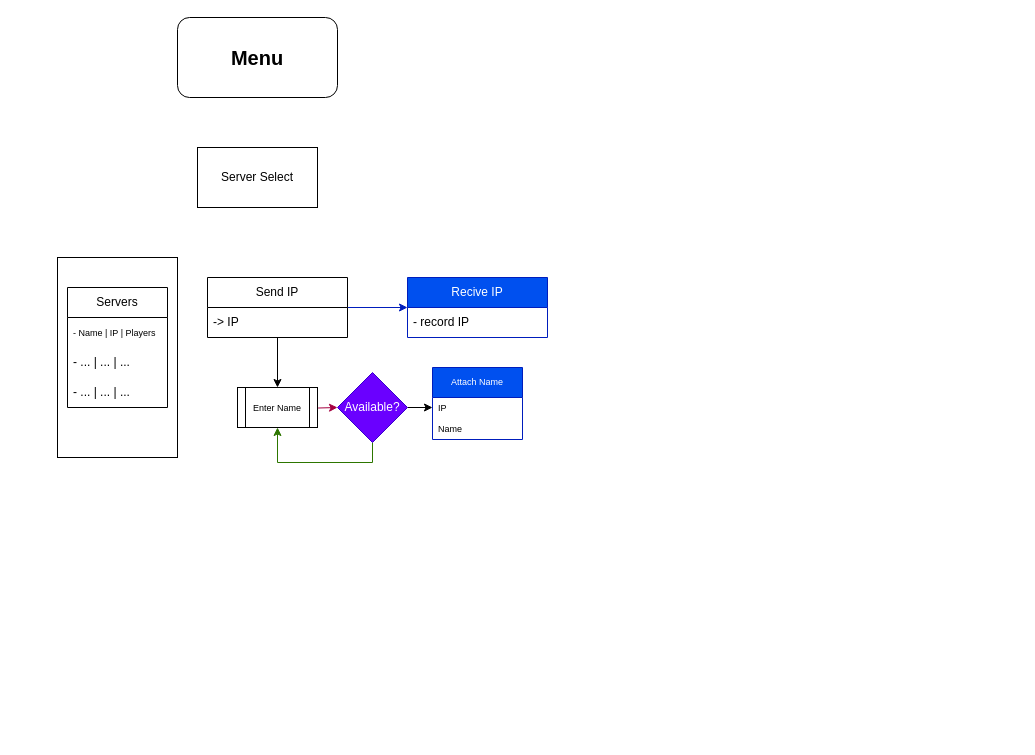
Earlier version of the draw.io diagram LogicDiagrams/MenuLogic.drawio (bojandam/LANPartyMafia). Source tidied: cells renumbered, new cells numbered last; positions are measured from the earlier drawing's top-left corner, leaving out a move shared by most shapes. Both pictures are drawn from the tidied source at 100%, with x=0, y=0 at pixel (57, 17).
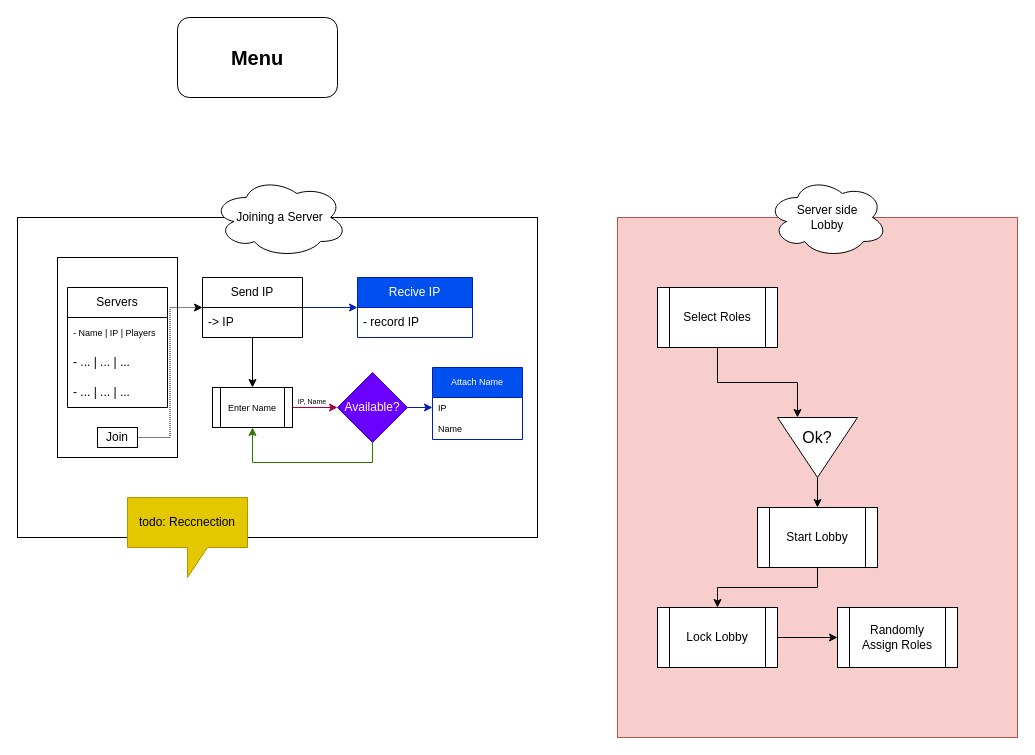
The same page after the edit.

Unchanged cells that the change refers to:
```xml
<mxCell id="4" style="group;" parent="1" vertex="1">
  <mxGeometry y="240" width="120" height="200" as="geometry" />
</mxCell>
<mxCell id="20" value="Available?" style="rhombus;whiteSpace=wrap;html=1;shapeInside=1;fontStyle=0;startSize=30;horizontal=1;fillColor=#6a00ff;fontColor=#ffffff;strokeColor=#3700CC;" parent="1" vertex="1">
  <mxGeometry x="280" y="355" width="70" height="70" as="geometry" />
</mxCell>
<mxCell id="22" value="IP" style="text;strokeColor=none;fillColor=none;align=left;verticalAlign=middle;spacingLeft=4;spacingRight=4;overflow=hidden;points=[[0,0.5],[1,0.5]];portConstraint=eastwest;whiteSpace=wrap;html=1;fontSize=9;" parent="21" vertex="1">
  <mxGeometry y="30" width="90" height="21" as="geometry" />
</mxCell>
```

What changed in the source:
```diff
@@
+    <mxCell id="24" style="rounded=0;whiteSpace=wrap;html=1;fillColor=#f8cecc;strokeColor=#b85450;" parent="1" vertex="1">
+      <mxGeometry x="560" y="200" width="400" height="520" as="geometry" />
+    </mxCell>
+    <mxCell id="25" style="rounded=0;whiteSpace=wrap;html=1;" parent="1" vertex="1">
+      <mxGeometry x="-40" y="200" width="520" height="320" as="geometry" />
+    </mxCell>
@@
-    <mxCell id="3" value="Server Select" style="rounded=0;whiteSpace=wrap;html=1;" parent="1" vertex="1">
-      <mxGeometry x="140" y="130" width="120" height="60" as="geometry" />
-    </mxCell>
@@
+    <mxCell id="26" value="Join" style="rounded=0;whiteSpace=wrap;html=1;" parent="4" vertex="1">
+      <mxGeometry x="40" y="170" width="40" height="20" as="geometry" />
+    </mxCell>
@@
     <mxCell id="12" value="Send IP" style="swimlane;fontStyle=0;horizontal=1;startSize=30;whiteSpace=wrap;html=1;" parent="1" vertex="1">
-      <mxGeometry x="150" y="260" width="140" height="60" as="geometry" />
+      <mxGeometry x="145" y="260" width="100" height="60" as="geometry" />
     </mxCell>
     <mxCell id="13" value="-&amp;gt; IP" style="text;strokeColor=none;fillColor=none;align=left;verticalAlign=middle;spacingLeft=4;spacingRight=4;overflow=hidden;whiteSpace=wrap;html=1;" parent="12" vertex="1">
-      <mxGeometry y="30" width="140" height="30" as="geometry" />
+      <mxGeometry y="30" width="100" height="30" as="geometry" />
     </mxCell>
     <mxCell id="14" value="Recive IP" style="swimlane;fontStyle=0;horizontal=1;startSize=30;whiteSpace=wrap;html=1;fillColor=#0050ef;fontColor=#ffffff;strokeColor=#001DBC;" parent="1" vertex="1">
-      <mxGeometry x="350" y="260" width="140" height="60" as="geometry" />
+      <mxGeometry x="300" y="260" width="115" height="60" as="geometry" />
     </mxCell>
     <mxCell id="15" value="- record IP" style="text;strokeColor=none;fillColor=none;align=left;verticalAlign=middle;spacingLeft=4;spacingRight=4;overflow=hidden;whiteSpace=wrap;html=1;" parent="14" vertex="1">
-      <mxGeometry y="30" width="140" height="30" as="geometry" />
+      <mxGeometry y="30" width="115" height="30" as="geometry" />
     </mxCell>
-    <mxCell id="16" style="edgeStyle=orthogonalEdgeStyle;rounded=0;jettySize=auto;html=1;defaultLabelBackgroundColor=page;labelPadding=0 4;fillColor=#d80073;strokeColor=#A50040;" parent="1" edge="1" target="20">
-      <mxGeometry relative="1" as="geometry">
-        <mxPoint x="240" y="390" as="sourcePoint" />
-      </mxGeometry>
-    </mxCell>
     <mxCell id="17" value="&lt;font style=&quot;font-size: 9px;&quot;&gt;Enter Name&lt;/font&gt;" style="shape=process;whiteSpace=wrap;html=1;backgroundOutline=1;fontStyle=0;startSize=30;horizontal=1;" parent="1" vertex="1">
-      <mxGeometry x="180" y="370" width="80" height="40" as="geometry" />
+      <mxGeometry x="155" y="370" width="80" height="40" as="geometry" />
     </mxCell>
-    <mxCell id="18" style="edgeStyle=orthogonalEdgeStyle;rounded=0;jettySize=auto;html=1;exitX=1;exitY=0.5;exitDx=0;exitDy=0;entryX=0;entryY=0.5;entryDx=0;entryDy=0;defaultLabelBackgroundColor=page;labelPadding=0 4;" parent="1" edge="1" source="20" target="22">
+    <mxCell id="18" style="edgeStyle=orthogonalEdgeStyle;rounded=0;jettySize=auto;html=1;exitX=1;exitY=0.5;exitDx=0;exitDy=0;entryX=0;entryY=0.5;entryDx=0;entryDy=0;defaultLabelBackgroundColor=page;labelPadding=0 4;fillColor=#0050ef;strokeColor=#001DBC;" parent="1" edge="1" source="20" target="22">
       <mxGeometry relative="1" as="geometry" />
     </mxCell>
@@
+    <mxCell id="27" style="group;verticalAlign=middle;labelPosition=right;verticalLabelPosition=middle;align=left;labelPerimeter=1;" parent="1" vertex="1">
+      <mxGeometry x="240" y="370" width="35" height="30" as="geometry" />
+    </mxCell>
+    <mxCell id="16" style="edgeStyle=orthogonalEdgeStyle;rounded=0;jettySize=auto;html=1;defaultLabelBackgroundColor=page;labelPadding=0 4;fillColor=#d80073;strokeColor=#A50040;exitX=1;exitY=0.5;exitDx=0;exitDy=0;" parent="27" edge="1" source="17" target="20">
+      <mxGeometry relative="1" as="geometry" />
+    </mxCell>
+    <mxCell id="28" value="IP, Name" style="text;html=1;whiteSpace=wrap;strokeColor=none;fillColor=none;align=center;verticalAlign=middle;rounded=0;fontSize=7;" parent="27" vertex="1">
+      <mxGeometry x="-5" y="10" width="40" height="10" as="geometry" />
+    </mxCell>
+    <mxCell id="29" style="edgeStyle=orthogonalEdgeStyle;rounded=0;jettySize=auto;html=1;exitX=1;exitY=0.5;exitDx=0;exitDy=0;entryX=0;entryY=0.5;entryDx=0;entryDy=0;defaultLabelBackgroundColor=page;labelPadding=0 4;dashed=1;dashPattern=1 1;" parent="1" edge="1" source="26" target="12">
+      <mxGeometry relative="1" as="geometry" />
+    </mxCell>
+    <mxCell id="30" value="Joining a Server" style="ellipse;shape=cloud;whiteSpace=wrap;html=1;perimeter=cloudPerimeter;" parent="1" vertex="1">
+      <mxGeometry x="155" y="160" width="135" height="80" as="geometry" />
+    </mxCell>
+    <mxCell id="31" value="todo: Reccnection" style="shape=callout;whiteSpace=wrap;html=1;perimeter=calloutPerimeter;fillColor=#e3c800;fontColor=#000000;strokeColor=#B09500;" parent="1" vertex="1">
+      <mxGeometry x="70" y="480" width="120" height="80" as="geometry" />
+    </mxCell>
+    <mxCell id="32" value="Server side&lt;div&gt;Lobby&lt;/div&gt;" style="ellipse;shape=cloud;whiteSpace=wrap;html=1;perimeter=cloudPerimeter;" parent="1" vertex="1">
+      <mxGeometry x="710" y="160" width="120" height="80" as="geometry" />
+    </mxCell>
+    <mxCell id="33" style="edgeStyle=orthogonalEdgeStyle;rounded=0;jettySize=auto;html=1;exitX=0.5;exitY=1;exitDx=0;exitDy=0;entryX=0;entryY=0.75;entryDx=0;entryDy=0;defaultLabelBackgroundColor=page;labelPadding=0 4;" parent="1" edge="1" source="34" target="36">
+      <mxGeometry relative="1" as="geometry" />
+    </mxCell>
+    <mxCell id="34" value="Select Roles" style="shape=process;whiteSpace=wrap;html=1;backgroundOutline=1;" parent="1" vertex="1">
+      <mxGeometry x="600" y="270" width="120" height="60" as="geometry" />
+    </mxCell>
+    <mxCell id="35" style="group;" parent="1" vertex="1">
+      <mxGeometry x="730" y="390" width="60" height="80" as="geometry" />
+    </mxCell>
+    <mxCell id="36" style="triangle;whiteSpace=wrap;html=1;shapeInside=1;rotation=90;" parent="35" vertex="1">
+      <mxGeometry width="60" height="80" as="geometry" />
+    </mxCell>
+    <mxCell id="37" value="Ok?" style="text;html=1;whiteSpace=wrap;strokeColor=none;fillColor=none;align=center;verticalAlign=middle;rounded=0;fontSize=16;" parent="35" vertex="1">
+      <mxGeometry y="15" width="60" height="30" as="geometry" />
+    </mxCell>
+    <mxCell id="38" style="edgeStyle=orthogonalEdgeStyle;rounded=0;jettySize=auto;html=1;exitX=0.5;exitY=1;exitDx=0;exitDy=0;entryX=0.5;entryY=0;entryDx=0;entryDy=0;defaultLabelBackgroundColor=page;labelPadding=0 4;" parent="1" edge="1" source="39" target="43">
+      <mxGeometry relative="1" as="geometry" />
+    </mxCell>
+    <mxCell id="39" value="Start Lobby" style="shape=process;whiteSpace=wrap;html=1;backgroundOutline=1;" parent="1" vertex="1">
+      <mxGeometry x="700" y="490" width="120" height="60" as="geometry" />
+    </mxCell>
+    <mxCell id="40" style="edgeStyle=orthogonalEdgeStyle;rounded=0;jettySize=auto;html=1;exitX=1;exitY=0.5;exitDx=0;exitDy=0;entryX=0.5;entryY=0;entryDx=0;entryDy=0;defaultLabelBackgroundColor=page;labelPadding=0 4;" parent="1" edge="1" source="36" target="39">
+      <mxGeometry relative="1" as="geometry" />
+    </mxCell>
+    <mxCell id="41" value="Randomly&lt;div&gt;Assign Roles&lt;/div&gt;" style="shape=process;whiteSpace=wrap;html=1;backgroundOutline=1;" parent="1" vertex="1">
+      <mxGeometry x="780" y="590" width="120" height="60" as="geometry" />
+    </mxCell>
+    <mxCell id="42" style="edgeStyle=orthogonalEdgeStyle;rounded=0;jettySize=auto;html=1;exitX=1;exitY=0.5;exitDx=0;exitDy=0;entryX=0;entryY=0.5;entryDx=0;entryDy=0;defaultLabelBackgroundColor=page;labelPadding=0 4;" parent="1" edge="1" source="43" target="41">
+      <mxGeometry relative="1" as="geometry" />
+    </mxCell>
+    <mxCell id="43" value="Lock Lobby" style="shape=process;whiteSpace=wrap;html=1;backgroundOutline=1;" parent="1" vertex="1">
+      <mxGeometry x="600" y="590" width="120" height="60" as="geometry" />
+    </mxCell>
```
